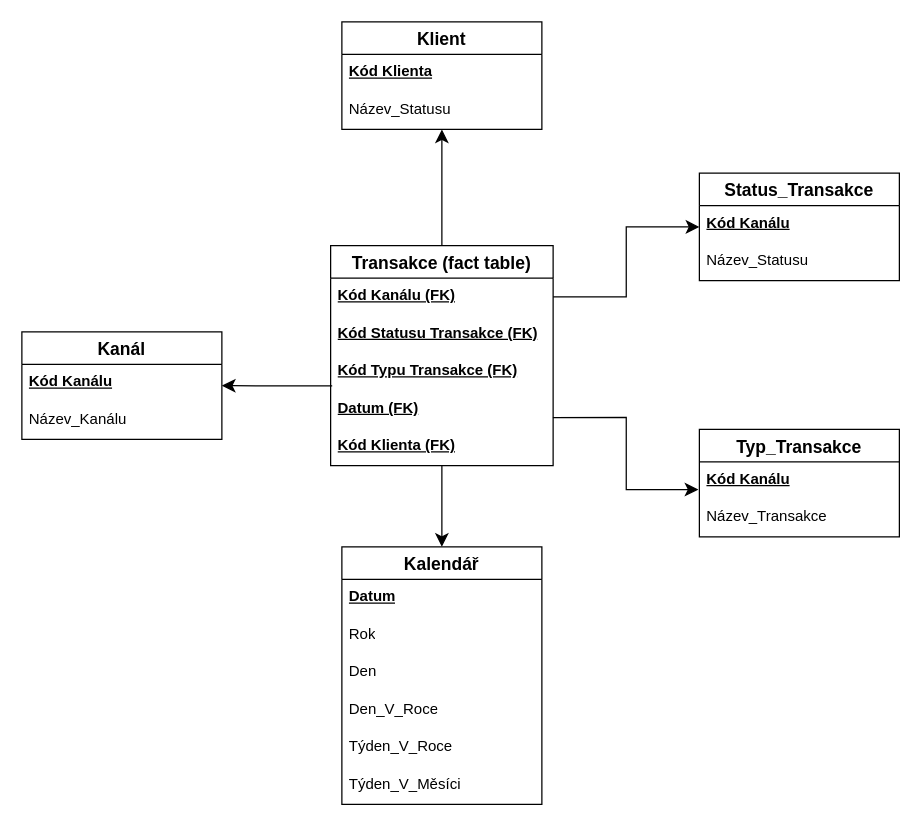
Finishxx/draw-io keeps this draw.io diagram as page "Star" (4 of 4) of pis-hw5.drawio. Above is the earlier version. Source tidied: cells renumbered, new cells numbered last; positions are measured from the earlier drawing's top-left corner, leaving out a move shared by most shapes. Both pictures are drawn from the tidied source at 125%, with x=0, y=0 at pixel (21, 21).
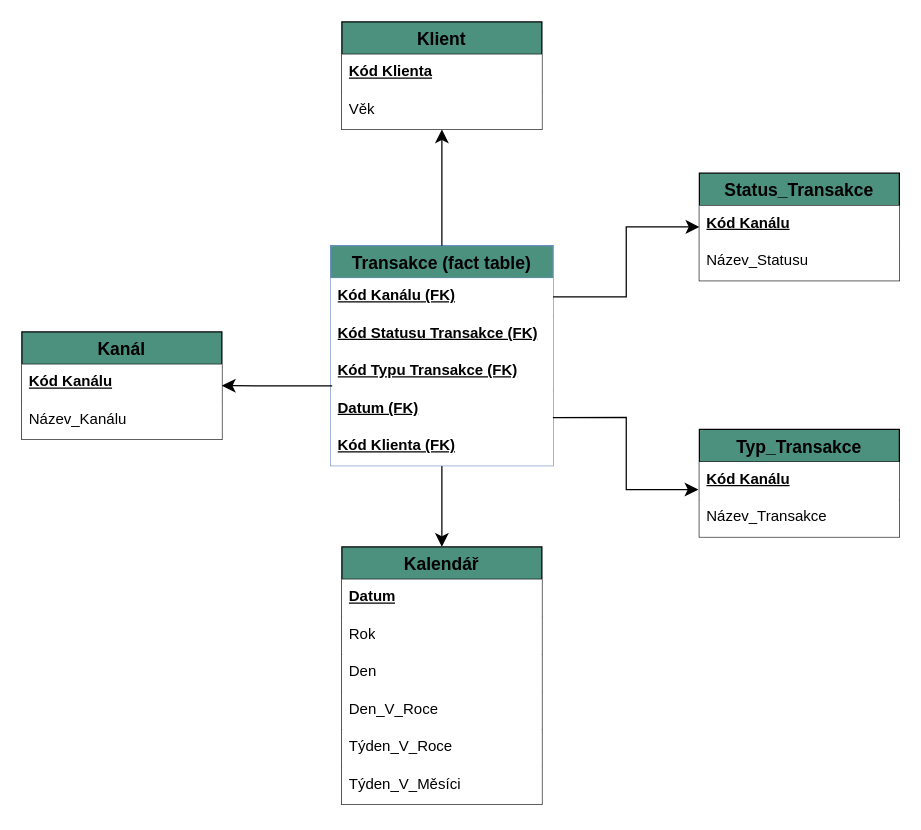
Above is the later version.

What changed in the source:
```diff
@@
-    <mxCell id="3" value="Transakce (fact table)" style="swimlane;fontStyle=1;horizontal=1;startSize=26;align=center;fontSize=14;" parent="1" vertex="1">
+    <mxCell id="3" value="Transakce (fact table)" style="swimlane;fontStyle=1;horizontal=1;startSize=26;align=center;fontSize=14;fillColor=#4B917D;strokeColor=#6c8ebf;" parent="1" vertex="1">
       <mxGeometry x="247" y="179" width="178" height="176" as="geometry" />
     </mxCell>
-    <mxCell id="4" value="Kód Kanálu (FK)" style="text;strokeColor=none;fillColor=none;spacingLeft=4;spacingRight=4;overflow=hidden;points=[[0,0.5],[1,0.5]];portConstraint=eastwest;fontSize=12;whiteSpace=wrap;html=1;fontStyle=5;" parent="3" vertex="1">
+    <mxCell id="4" value="Kód Kanálu (FK)" style="text;spacingLeft=4;spacingRight=4;overflow=hidden;points=[[0,0.5],[1,0.5]];portConstraint=eastwest;fontSize=12;whiteSpace=wrap;html=1;fontStyle=5;fillColor=default;" parent="3" vertex="1">
       <mxGeometry y="26" width="178" height="30" as="geometry" />
     </mxCell>
-    <mxCell id="5" value="Kód Statusu Transakce (FK)" style="text;strokeColor=none;fillColor=none;spacingLeft=4;spacingRight=4;overflow=hidden;fontSize=12;whiteSpace=wrap;html=1;fontStyle=5;" parent="3" vertex="1">
+    <mxCell id="5" value="Kód Statusu Transakce (FK)" style="text;spacingLeft=4;spacingRight=4;overflow=hidden;fontSize=12;whiteSpace=wrap;html=1;fontStyle=5;fillColor=default;" parent="3" vertex="1">
       <mxGeometry y="56" width="178" height="30" as="geometry" />
     </mxCell>
-    <mxCell id="6" value="Kód Typu Transakce (FK)" style="text;strokeColor=none;fillColor=none;spacingLeft=4;spacingRight=4;overflow=hidden;points=[[0,0.5],[1,0.5]];portConstraint=eastwest;fontSize=12;whiteSpace=wrap;html=1;fontStyle=5;" parent="3" vertex="1">
+    <mxCell id="6" value="Kód Typu Transakce (FK)" style="text;spacingLeft=4;spacingRight=4;overflow=hidden;points=[[0,0.5],[1,0.5]];portConstraint=eastwest;fontSize=12;whiteSpace=wrap;html=1;fontStyle=5;fillColor=default;" parent="3" vertex="1">
       <mxGeometry y="86" width="178" height="30" as="geometry" />
     </mxCell>
-    <mxCell id="7" value="Datum (FK)" style="text;strokeColor=none;fillColor=none;spacingLeft=4;spacingRight=4;overflow=hidden;points=[[0,0.5],[1,0.5]];portConstraint=eastwest;fontSize=12;whiteSpace=wrap;html=1;fontStyle=5;" parent="3" vertex="1">
+    <mxCell id="7" value="Datum (FK)" style="text;spacingLeft=4;spacingRight=4;overflow=hidden;points=[[0,0.5],[1,0.5]];portConstraint=eastwest;fontSize=12;whiteSpace=wrap;html=1;fontStyle=5;fillColor=default;" parent="3" vertex="1">
       <mxGeometry y="116" width="178" height="30" as="geometry" />
     </mxCell>
-    <mxCell id="8" value="Kód Klienta (FK)" style="text;strokeColor=none;fillColor=none;spacingLeft=4;spacingRight=4;overflow=hidden;fontSize=12;whiteSpace=wrap;html=1;fontStyle=5;" parent="3" vertex="1">
+    <mxCell id="8" value="Kód Klienta (FK)" style="text;spacingLeft=4;spacingRight=4;overflow=hidden;fontSize=12;whiteSpace=wrap;html=1;fontStyle=5;fillColor=default;" parent="3" vertex="1">
       <mxGeometry y="146" width="178" height="30" as="geometry" />
     </mxCell>
-    <mxCell id="9" value="Kalendář" style="swimlane;fontStyle=1;horizontal=1;startSize=26;align=center;fontSize=14;" parent="1" vertex="1">
+    <mxCell id="9" value="Kalendář" style="swimlane;fontStyle=1;horizontal=1;startSize=26;align=center;fontSize=14;fillColor=#4B917D;" parent="1" vertex="1">
       <mxGeometry x="256" y="420" width="160" height="206" as="geometry" />
     </mxCell>
-    <mxCell id="10" value="&lt;b&gt;&lt;u&gt;Datum&lt;/u&gt;&lt;/b&gt;" style="text;strokeColor=none;fillColor=none;spacingLeft=4;spacingRight=4;overflow=hidden;fontSize=12;whiteSpace=wrap;html=1;" parent="9" vertex="1">
+    <mxCell id="10" value="&lt;b&gt;&lt;u&gt;Datum&lt;/u&gt;&lt;/b&gt;" style="text;spacingLeft=4;spacingRight=4;overflow=hidden;fontSize=12;whiteSpace=wrap;html=1;fillColor=default;" parent="9" vertex="1">
       <mxGeometry y="26" width="160" height="30" as="geometry" />
     </mxCell>
-    <mxCell id="11" value="Rok" style="text;strokeColor=none;fillColor=none;spacingLeft=4;spacingRight=4;overflow=hidden;fontSize=12;whiteSpace=wrap;html=1;" parent="9" vertex="1">
+    <mxCell id="11" value="Rok" style="text;spacingLeft=4;spacingRight=4;overflow=hidden;fontSize=12;whiteSpace=wrap;html=1;fillColor=default;" parent="9" vertex="1">
       <mxGeometry y="56" width="160" height="30" as="geometry" />
     </mxCell>
-    <mxCell id="12" value="Den" style="text;strokeColor=none;fillColor=none;spacingLeft=4;spacingRight=4;overflow=hidden;fontSize=12;whiteSpace=wrap;html=1;" parent="9" vertex="1">
+    <mxCell id="12" value="Den" style="text;spacingLeft=4;spacingRight=4;overflow=hidden;fontSize=12;whiteSpace=wrap;html=1;fillColor=default;" parent="9" vertex="1">
       <mxGeometry y="86" width="160" height="30" as="geometry" />
     </mxCell>
-    <mxCell id="13" value="Den_V_Roce" style="text;strokeColor=none;fillColor=none;spacingLeft=4;spacingRight=4;overflow=hidden;fontSize=12;whiteSpace=wrap;html=1;" parent="9" vertex="1">
+    <mxCell id="13" value="Den_V_Roce" style="text;spacingLeft=4;spacingRight=4;overflow=hidden;fontSize=12;whiteSpace=wrap;html=1;fillColor=default;" parent="9" vertex="1">
       <mxGeometry y="116" width="160" height="30" as="geometry" />
     </mxCell>
-    <mxCell id="14" value="Týden_V_Roce" style="text;strokeColor=none;fillColor=none;spacingLeft=4;spacingRight=4;overflow=hidden;fontSize=12;whiteSpace=wrap;html=1;" parent="9" vertex="1">
+    <mxCell id="14" value="Týden_V_Roce" style="text;spacingLeft=4;spacingRight=4;overflow=hidden;fontSize=12;whiteSpace=wrap;html=1;fillColor=default;" parent="9" vertex="1">
       <mxGeometry y="146" width="160" height="30" as="geometry" />
     </mxCell>
-    <mxCell id="15" value="Týden_V_Měsíci" style="text;strokeColor=none;fillColor=none;spacingLeft=4;spacingRight=4;overflow=hidden;fontSize=12;whiteSpace=wrap;html=1;" parent="9" vertex="1">
+    <mxCell id="15" value="Týden_V_Měsíci" style="text;spacingLeft=4;spacingRight=4;overflow=hidden;fontSize=12;whiteSpace=wrap;html=1;fillColor=default;" parent="9" vertex="1">
       <mxGeometry y="176" width="160" height="30" as="geometry" />
     </mxCell>
-    <mxCell id="16" value="Typ_Transakce" style="swimlane;fontStyle=1;horizontal=1;startSize=26;align=center;fontSize=14;" parent="1" vertex="1">
+    <mxCell id="16" value="Typ_Transakce" style="swimlane;fontStyle=1;horizontal=1;startSize=26;align=center;fontSize=14;fillColor=#4B917D;" parent="1" vertex="1">
       <mxGeometry x="542" y="326" width="160" height="86" as="geometry" />
     </mxCell>
-    <mxCell id="17" value="Kód Kanálu" style="text;strokeColor=none;fillColor=none;spacingLeft=4;spacingRight=4;overflow=hidden;points=[[0,0.5],[1,0.5]];portConstraint=eastwest;fontSize=12;whiteSpace=wrap;html=1;fontStyle=5;" parent="16" vertex="1">
+    <mxCell id="17" value="Kód Kanálu" style="text;spacingLeft=4;spacingRight=4;overflow=hidden;points=[[0,0.5],[1,0.5]];portConstraint=eastwest;fontSize=12;whiteSpace=wrap;html=1;fontStyle=5;fillColor=default;" parent="16" vertex="1">
       <mxGeometry y="26" width="160" height="30" as="geometry" />
     </mxCell>
-    <mxCell id="18" value="Název_Transakce" style="text;strokeColor=none;fillColor=none;spacingLeft=4;spacingRight=4;overflow=hidden;fontSize=12;whiteSpace=wrap;html=1;" parent="16" vertex="1">
+    <mxCell id="18" value="Název_Transakce" style="text;spacingLeft=4;spacingRight=4;overflow=hidden;fontSize=12;whiteSpace=wrap;html=1;fillColor=default;" parent="16" vertex="1">
       <mxGeometry y="56" width="160" height="30" as="geometry" />
     </mxCell>
-    <mxCell id="19" value="Status_Transakce" style="swimlane;fontStyle=1;horizontal=1;startSize=26;align=center;fontSize=14;" parent="1" vertex="1">
+    <mxCell id="19" value="Status_Transakce" style="swimlane;fontStyle=1;horizontal=1;startSize=26;align=center;fontSize=14;fillColor=#4B917D;" parent="1" vertex="1">
       <mxGeometry x="542" y="121" width="160" height="86" as="geometry" />
     </mxCell>
-    <mxCell id="20" value="Kód Kanálu" style="text;strokeColor=none;fillColor=none;spacingLeft=4;spacingRight=4;overflow=hidden;fontSize=12;whiteSpace=wrap;html=1;fontStyle=5;" parent="19" vertex="1">
+    <mxCell id="20" value="Kód Kanálu" style="text;spacingLeft=4;spacingRight=4;overflow=hidden;fontSize=12;whiteSpace=wrap;html=1;fontStyle=5;fillColor=default;" parent="19" vertex="1">
       <mxGeometry y="26" width="160" height="30" as="geometry" />
     </mxCell>
-    <mxCell id="21" value="Název_Statusu" style="text;strokeColor=none;fillColor=none;spacingLeft=4;spacingRight=4;overflow=hidden;fontSize=12;whiteSpace=wrap;html=1;" parent="19" vertex="1">
+    <mxCell id="21" value="Název_Statusu" style="text;spacingLeft=4;spacingRight=4;overflow=hidden;fontSize=12;whiteSpace=wrap;html=1;fillColor=default;" parent="19" vertex="1">
       <mxGeometry y="56" width="160" height="30" as="geometry" />
     </mxCell>
-    <mxCell id="22" value="Klient" style="swimlane;fontStyle=1;horizontal=1;startSize=26;align=center;fontSize=14;" parent="1" vertex="1">
+    <mxCell id="22" value="Klient" style="swimlane;fontStyle=1;horizontal=1;startSize=26;align=center;fontSize=14;fillColor=#4B917D;" parent="1" vertex="1">
       <mxGeometry x="256" width="160" height="86" as="geometry" />
     </mxCell>
-    <mxCell id="23" value="Kód Klienta" style="text;strokeColor=none;fillColor=none;spacingLeft=4;spacingRight=4;overflow=hidden;fontSize=12;whiteSpace=wrap;html=1;fontStyle=5;" parent="22" vertex="1">
+    <mxCell id="23" value="Kód Klienta" style="text;spacingLeft=4;spacingRight=4;overflow=hidden;fontSize=12;whiteSpace=wrap;html=1;fontStyle=5;fillColor=default;" parent="22" vertex="1">
       <mxGeometry y="26" width="160" height="30" as="geometry" />
     </mxCell>
-    <mxCell id="24" value="Název_Statusu" style="text;strokeColor=none;fillColor=none;spacingLeft=4;spacingRight=4;overflow=hidden;fontSize=12;whiteSpace=wrap;html=1;" parent="22" vertex="1">
-      <mxGeometry y="56" width="160" height="30" as="geometry" />
-    </mxCell>
+    <mxCell id="32" value="&lt;div&gt;Věk&lt;/div&gt;" style="text;spacingLeft=4;spacingRight=4;overflow=hidden;fontSize=12;whiteSpace=wrap;html=1;fillColor=default;" parent="22" vertex="1">
+      <mxGeometry y="56" width="160" height="30" as="geometry" />
+    </mxCell>
@@
-    <mxCell id="28" value="Kanál" style="swimlane;fontStyle=1;horizontal=1;startSize=26;align=center;fontSize=14;" parent="1" vertex="1">
+    <mxCell id="28" value="Kanál" style="swimlane;fontStyle=1;horizontal=1;startSize=26;align=center;fontSize=14;fillColor=#4B917D;" parent="1" vertex="1">
       <mxGeometry y="248" width="160" height="86" as="geometry" />
     </mxCell>
-    <mxCell id="29" value="Kód Kanálu" style="text;strokeColor=none;fillColor=none;spacingLeft=4;spacingRight=4;overflow=hidden;fontSize=12;whiteSpace=wrap;html=1;fontStyle=5;" parent="28" vertex="1">
+    <mxCell id="29" value="Kód Kanálu" style="text;spacingLeft=4;spacingRight=4;overflow=hidden;fontSize=12;whiteSpace=wrap;html=1;fontStyle=5;fillColor=default;" parent="28" vertex="1">
       <mxGeometry y="26" width="160" height="30" as="geometry" />
     </mxCell>
-    <mxCell id="30" value="Název_Kanálu" style="text;strokeColor=none;fillColor=none;spacingLeft=4;spacingRight=4;overflow=hidden;fontSize=12;whiteSpace=wrap;html=1;" parent="28" vertex="1">
+    <mxCell id="30" value="Název_Kanálu" style="text;spacingLeft=4;spacingRight=4;overflow=hidden;fontSize=12;whiteSpace=wrap;html=1;fillColor=default;" parent="28" vertex="1">
       <mxGeometry y="56" width="160" height="30" as="geometry" />
     </mxCell>
```
